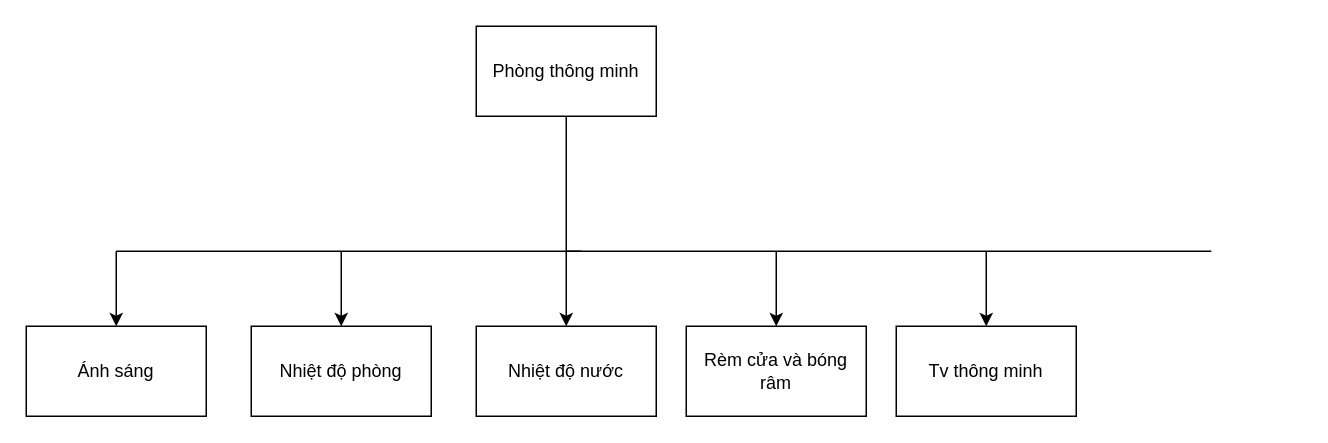
Before: CDS_1.drawio in nmduc99/Draw, a draw.io diagram. Source tidied: cells renumbered, new cells numbered last; positions are measured from the earlier drawing's top-left corner, leaving out a move shared by most shapes. Both pictures are drawn from the tidied source at 150%, with x=0, y=0 at pixel (26, 26).
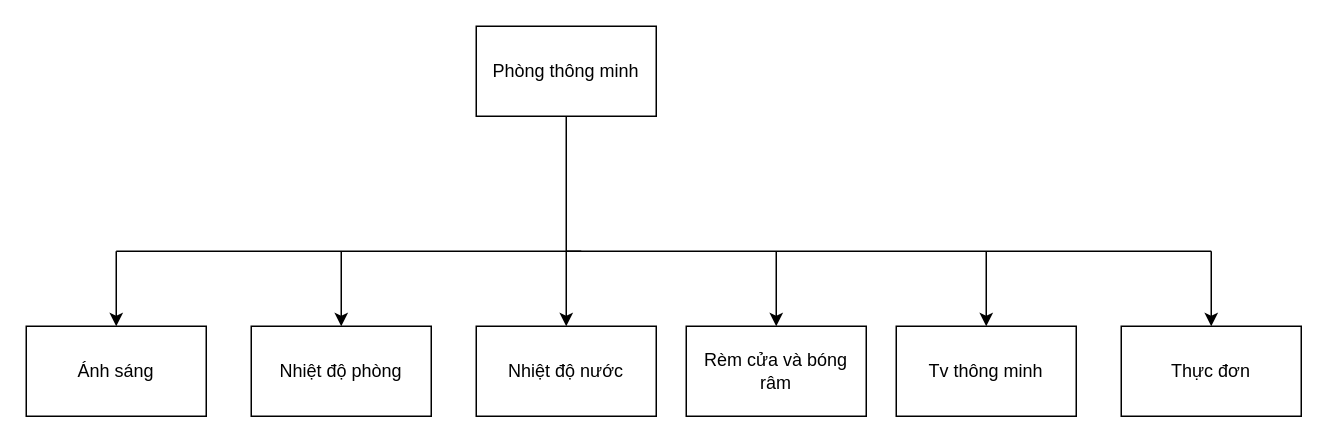
The same diagram, later.

What changed in the source:
```diff
@@
+    <mxCell id="15" style="endArrow=classic;html=1;" parent="1" edge="1">
+      <mxGeometry relative="1" as="geometry">
+        <mxPoint x="790" y="150" as="sourcePoint" />
+        <mxPoint x="790" y="200" as="targetPoint" />
+      </mxGeometry>
+    </mxCell>
+    <mxCell id="16" value="Thực đơn" style="rounded=0;whiteSpace=wrap;html=1;" parent="1" vertex="1">
+      <mxGeometry x="730" y="200" width="120" height="60" as="geometry" />
+    </mxCell>
```
